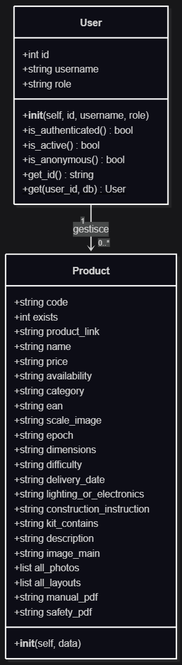
LucaPontellini/faller-web-harvester keeps this Mermaid diagram as docs/images/classDiagram.png. Above is the earlier version. Its source is kept beside it as docs/mermaid/classDiagram.mmd. Its diagram source:
```mermaid
classDiagram

    class User {
        +int id
        +string username
        +string role
        +__init__(self, id, username, role)
        +is_authenticated() bool
        +is_active() bool
        +is_anonymous() bool
        +get_id() string
        +get(user_id, db)$ User
    }

    class Product {
        +string code
        +int exists
        +string product_link
        +string name
        +string price
        +string availability
        +string category
        +string ean
        +string scale_image
        +string epoch
        +string dimensions
        +string difficulty
        +string delivery_date
        +string lighting_or_electronics
        +string construction_instruction
        +string kit_contains
        +string description
        +string image_main
        +list all_photos
        +list all_layouts
        +string manual_pdf
        +string safety_pdf
        +__init__(self, data)
    }

    User "1" --> "0..*" Product : gestisce
```
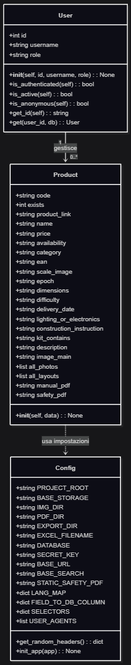
Later version of the same file.

Commit message:
Update UML class diagram along with exported images

Diff of the diagram source:
```diff
@@ -1,15 +1,34 @@
 classDiagram
+    class Config {
+        +string PROJECT_ROOT
+        +string BASE_STORAGE
+        +string IMG_DIR
+        +string PDF_DIR
+        +string EXPORT_DIR
+        +string EXCEL_FILENAME
+        +string DATABASE
+        +string SECRET_KEY
+        +string BASE_URL
+        +string BASE_SEARCH
+        +string STATIC_SAFETY_PDF
+        +dict LANG_MAP
+        +dict FIELD_TO_DB_COLUMN
+        +dict SELECTORS
+        +list USER_AGENTS
+        +get_random_headers() : dict
+        +init_app(app) : None
+    }
 
     class User {
         +int id
         +string username
         +string role
-        +__init__(self, id, username, role)
-        +is_authenticated() bool
-        +is_active() bool
-        +is_anonymous() bool
-        +get_id() string
-        +get(user_id, db)$ User
+        +__init__(self, id, username, role) : None
+        +is_authenticated(self) : bool
+        +is_active(self) : bool
+        +is_anonymous(self) : bool
+        +get_id(self) : string
+        +get(user_id, db) : User
     }
 
     class Product {
@@ -35,7 +54,8 @@
         +list all_layouts
         +string manual_pdf
         +string safety_pdf
-        +__init__(self, data)
+        +__init__(self, data) : None
     }
 
     User "1" --> "0..*" Product : gestisce
+    Product ..> Config : usa impostazioni
```
